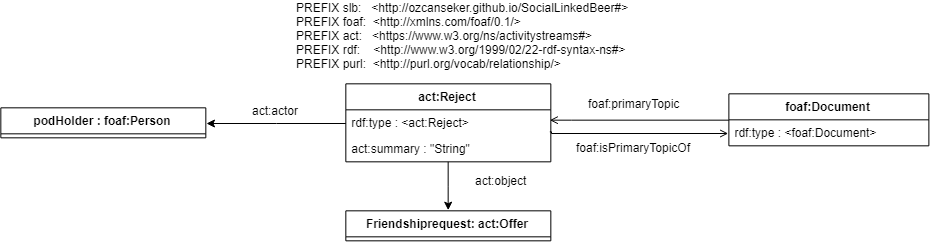
ozcanseker/Social-linked-beer keeps this draw.io diagram as docs/images/friendshiprequestReject.png. Above is the earlier version. Source tidied: cells renumbered, new cells last; positions are measured from the earlier drawing's top-left corner, leaving out a move shared by most shapes. Source of this version:
```xml
<mxGraphModel>
  <root>
    <mxCell id="0" />
    <mxCell id="1" parent="0" />
    <mxCell id="2" value="PREFIX slb:&amp;nbsp; &amp;nbsp;&amp;lt;http://ozcanseker.github.io/SocialLinkedBeer#&amp;gt;&lt;br&gt;PREFIX foaf:&amp;nbsp; &amp;lt;http://xmlns.com/foaf/0.1/&amp;gt;&amp;nbsp;&lt;br&gt;PREFIX act:&amp;nbsp; &amp;nbsp;&amp;lt;&lt;a href=&quot;https://www.w3.org/ns/activitystreams&quot;&gt;https://www.w3.org/ns/activitystreams#&lt;/a&gt;&amp;gt;&amp;nbsp;&lt;br&gt;PREFIX rdf:&amp;nbsp; &amp;nbsp; &amp;lt;http://www.w3.org/1999/02/22-rdf-syntax-ns#&amp;gt;&lt;br&gt;PREFIX purl:&amp;nbsp; &amp;lt;http://purl.org/vocab/relationship/&amp;gt;&amp;nbsp;" style="text;html=1;align=left;verticalAlign=middle;" parent="1" vertex="1">
      <mxGeometry x="293.8" width="350" height="70" as="geometry" />
    </mxCell>
    <mxCell id="3" value="Friendshiprequest: act:Offer" style="swimlane;fontStyle=1;align=center;verticalAlign=top;horizontal=1;startSize=26;" parent="1" vertex="1">
      <mxGeometry x="345.3" y="210.3" width="205" height="30" as="geometry" />
    </mxCell>
    <mxCell id="4" value="podHolder : foaf:Person" style="swimlane;fontStyle=1;align=center;verticalAlign=top;horizontal=1;startSize=26;" parent="1" vertex="1">
      <mxGeometry x="0.3" y="107.3" width="205" height="30" as="geometry" />
    </mxCell>
    <mxCell id="5" style="edgeStyle=orthogonalEdgeStyle;rounded=0;jettySize=auto;html=1;entryX=1;entryY=0;entryDx=0;entryDy=0;entryPerimeter=0;startArrow=none;startFill=0;startSize=0;sourcePerimeterSpacing=0;endArrow=open;endFill=0;endSize=6;targetPerimeterSpacing=0;" parent="1" edge="1" source="6">
      <mxGeometry relative="1" as="geometry">
        <mxPoint x="549.3" y="119.7" as="targetPoint" />
        <Array as="points">
          <mxPoint x="570.2" y="119.3" />
          <mxPoint x="570.2" y="119.3" />
        </Array>
      </mxGeometry>
    </mxCell>
    <mxCell id="6" value="foaf:Document" style="swimlane;fontStyle=1;align=center;verticalAlign=top;horizontal=1;startSize=26;" parent="1" vertex="1">
      <mxGeometry x="728.4" y="93.3" width="200" height="52" as="geometry" />
    </mxCell>
    <mxCell id="7" value="rdf:type : &lt;foaf:Document&gt; &#10; " style="text;strokeColor=none;fillColor=none;align=left;verticalAlign=top;spacingLeft=4;spacingRight=4;overflow=hidden;points=[[0,0.5],[1,0.5]];portConstraint=eastwest;" parent="6" vertex="1">
      <mxGeometry y="26" width="200" height="26" as="geometry" />
    </mxCell>
    <mxCell id="8" value="foaf:primaryTopic" style="text;html=1;align=center;verticalAlign=middle;" parent="1" vertex="1">
      <mxGeometry x="578.4" y="93.3" width="110" height="20" as="geometry" />
    </mxCell>
    <mxCell id="9" style="edgeStyle=orthogonalEdgeStyle;rounded=0;jettySize=auto;html=1;entryX=0;entryY=0.5;entryDx=0;entryDy=0;startArrow=none;startFill=0;sourcePerimeterSpacing=0;endArrow=open;endFill=0;targetPerimeterSpacing=0;startSize=0;" parent="1" edge="1" target="7">
      <mxGeometry relative="1" as="geometry">
        <mxPoint x="549.3" y="131.3" as="sourcePoint" />
        <Array as="points">
          <mxPoint x="550.4" y="132.3" />
        </Array>
      </mxGeometry>
    </mxCell>
    <mxCell id="10" value="foaf:isPrimaryTopicOf" style="text;html=1;align=center;verticalAlign=middle;" parent="1" vertex="1">
      <mxGeometry x="568.4" y="137.3" width="130" height="20" as="geometry" />
    </mxCell>
    <mxCell id="11" style="edgeStyle=orthogonalEdgeStyle;rounded=0;jettySize=auto;html=1;entryX=1;entryY=0.5;entryDx=0;entryDy=0;" parent="1" edge="1" source="13" target="4">
      <mxGeometry relative="1" as="geometry" />
    </mxCell>
    <mxCell id="12" style="edgeStyle=orthogonalEdgeStyle;rounded=0;jettySize=auto;html=1;entryX=0.5;entryY=0;entryDx=0;entryDy=0;" parent="1" edge="1" source="13" target="3">
      <mxGeometry relative="1" as="geometry" />
    </mxCell>
    <mxCell id="13" value="act:Reject" style="swimlane;fontStyle=1;align=center;verticalAlign=top;horizontal=1;startSize=26;" parent="1" vertex="1">
      <mxGeometry x="345.3" y="83.3" width="205" height="78" as="geometry" />
    </mxCell>
    <mxCell id="14" value="rdf:type : &lt;act:Reject&gt; &#10; " style="text;strokeColor=none;fillColor=none;align=left;verticalAlign=top;spacingLeft=4;spacingRight=4;overflow=hidden;" parent="13" vertex="1">
      <mxGeometry y="26" width="205" height="26" as="geometry" />
    </mxCell>
    <mxCell id="15" value="act:summary : &quot;String&quot; &#10; " style="text;strokeColor=none;fillColor=none;align=left;verticalAlign=top;spacingLeft=4;spacingRight=4;overflow=hidden;" parent="13" vertex="1">
      <mxGeometry y="52" width="205" height="26" as="geometry" />
    </mxCell>
    <mxCell id="16" value="act:actor" style="text;html=1;align=center;verticalAlign=middle;" parent="1" vertex="1">
      <mxGeometry x="245.3" y="100.3" width="60" height="20" as="geometry" />
    </mxCell>
    <mxCell id="17" value="act:object" style="text;html=1;align=center;verticalAlign=middle;" parent="1" vertex="1">
      <mxGeometry x="465.3" y="170.3" width="70" height="20" as="geometry" />
    </mxCell>
  </root>
</mxGraphModel>
```
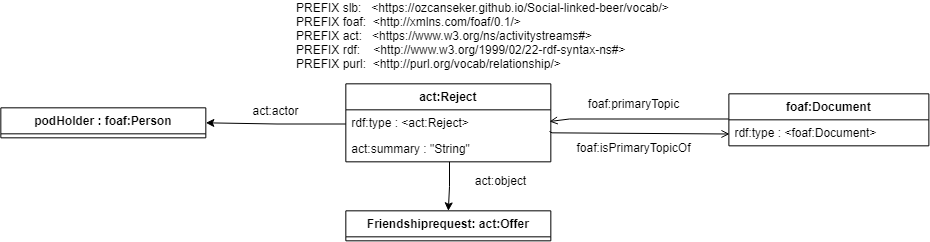
The same file after the commit.

What changed in the source:
```diff
@@ -2,8 +2,8 @@
   <root>
     <mxCell id="0" />
     <mxCell id="1" parent="0" />
-    <mxCell id="2" value="PREFIX slb:&amp;nbsp; &amp;nbsp;&amp;lt;http://ozcanseker.github.io/SocialLinkedBeer#&amp;gt;&lt;br&gt;PREFIX foaf:&amp;nbsp; &amp;lt;http://xmlns.com/foaf/0.1/&amp;gt;&amp;nbsp;&lt;br&gt;PREFIX act:&amp;nbsp; &amp;nbsp;&amp;lt;&lt;a href=&quot;https://www.w3.org/ns/activitystreams&quot;&gt;https://www.w3.org/ns/activitystreams#&lt;/a&gt;&amp;gt;&amp;nbsp;&lt;br&gt;PREFIX rdf:&amp;nbsp; &amp;nbsp; &amp;lt;http://www.w3.org/1999/02/22-rdf-syntax-ns#&amp;gt;&lt;br&gt;PREFIX purl:&amp;nbsp; &amp;lt;http://purl.org/vocab/relationship/&amp;gt;&amp;nbsp;" style="text;html=1;align=left;verticalAlign=middle;" parent="1" vertex="1">
-      <mxGeometry x="293.8" width="350" height="70" as="geometry" />
+    <mxCell id="2" value="PREFIX slb:&amp;nbsp; &amp;nbsp;&amp;lt;https://ozcanseker.github.io/Social-linked-beer/vocab/&amp;gt;&lt;br&gt;PREFIX foaf:&amp;nbsp; &amp;lt;http://xmlns.com/foaf/0.1/&amp;gt;&amp;nbsp;&lt;br&gt;PREFIX act:&amp;nbsp; &amp;nbsp;&amp;lt;&lt;a href=&quot;https://www.w3.org/ns/activitystreams&quot;&gt;https://www.w3.org/ns/activitystreams#&lt;/a&gt;&amp;gt;&amp;nbsp;&lt;br&gt;PREFIX rdf:&amp;nbsp; &amp;nbsp; &amp;lt;http://www.w3.org/1999/02/22-rdf-syntax-ns#&amp;gt;&lt;br&gt;PREFIX purl:&amp;nbsp; &amp;lt;http://purl.org/vocab/relationship/&amp;gt;&amp;nbsp;" style="text;html=1;align=left;verticalAlign=middle;" parent="1" vertex="1">
+      <mxGeometry x="293.8" width="390" height="70" as="geometry" />
     </mxCell>
     <mxCell id="3" value="Friendshiprequest: act:Offer" style="swimlane;fontStyle=1;align=center;verticalAlign=top;horizontal=1;startSize=26;" parent="1" vertex="1">
       <mxGeometry x="345.3" y="210.3" width="205" height="30" as="geometry" />
@@ -13,7 +13,7 @@
     </mxCell>
     <mxCell id="5" style="edgeStyle=orthogonalEdgeStyle;rounded=0;jettySize=auto;html=1;entryX=1;entryY=0;entryDx=0;entryDy=0;entryPerimeter=0;startArrow=none;startFill=0;startSize=0;sourcePerimeterSpacing=0;endArrow=open;endFill=0;endSize=6;targetPerimeterSpacing=0;" parent="1" edge="1" source="6">
       <mxGeometry relative="1" as="geometry">
-        <mxPoint x="549.3" y="119.7" as="targetPoint" />
+        <mxPoint x="549" y="121" as="targetPoint" />
         <Array as="points">
           <mxPoint x="570.2" y="119.3" />
           <mxPoint x="570.2" y="119.3" />
@@ -31,7 +31,7 @@
     </mxCell>
     <mxCell id="9" style="edgeStyle=orthogonalEdgeStyle;rounded=0;jettySize=auto;html=1;entryX=0;entryY=0.5;entryDx=0;entryDy=0;startArrow=none;startFill=0;sourcePerimeterSpacing=0;endArrow=open;endFill=0;targetPerimeterSpacing=0;startSize=0;" parent="1" edge="1" target="7">
       <mxGeometry relative="1" as="geometry">
-        <mxPoint x="549.3" y="131.3" as="sourcePoint" />
+        <mxPoint x="549" y="131" as="sourcePoint" />
         <Array as="points">
           <mxPoint x="550.4" y="132.3" />
         </Array>
```
